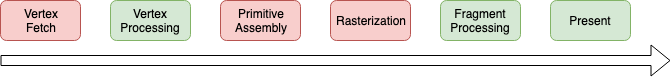
Before: assets/images/2019/04/metal-1.png, a diagram exported from draw.io (xta0/xta0.me). Source tidied: cells renumbered, new cells last; positions are measured from the earlier drawing's top-left corner, leaving out a move shared by most shapes.
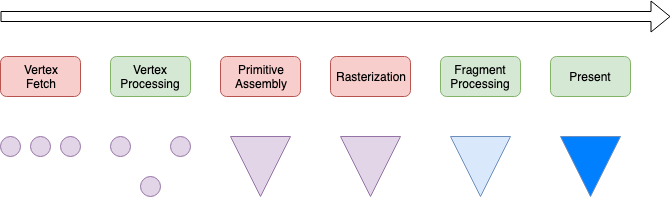
Above is the later version.

Diff of the diagram source:
```diff
@@ -4,8 +4,8 @@
     <mxCell id="1" parent="0" />
     <mxCell id="2" style="shape=flexArrow;endArrow=classic;html=1;" parent="1" edge="1">
       <mxGeometry relative="1" as="geometry">
-        <mxPoint y="60" as="sourcePoint" />
-        <mxPoint x="670" y="60" as="targetPoint" />
+        <mxPoint y="-40" as="sourcePoint" />
+        <mxPoint x="670" y="-40" as="targetPoint" />
       </mxGeometry>
     </mxCell>
     <mxCell id="3" value="Vertex&lt;br&gt;Fetch" style="rounded=1;whiteSpace=wrap;html=1;fillColor=#f8cecc;strokeColor=#b85450;" parent="1" vertex="1">
@@ -26,5 +26,35 @@
     <mxCell id="8" value="Present" style="rounded=1;whiteSpace=wrap;html=1;fillColor=#d5e8d4;strokeColor=#82b366;" parent="1" vertex="1">
       <mxGeometry x="550" width="80" height="40" as="geometry" />
     </mxCell>
+    <mxCell id="9" style="ellipse;whiteSpace=wrap;html=1;fillColor=#e1d5e7;strokeColor=#9673a6;" parent="1" vertex="1">
+      <mxGeometry y="80" width="20" height="20" as="geometry" />
+    </mxCell>
+    <mxCell id="10" style="ellipse;whiteSpace=wrap;html=1;fillColor=#e1d5e7;strokeColor=#9673a6;" parent="1" vertex="1">
+      <mxGeometry x="30" y="80" width="20" height="20" as="geometry" />
+    </mxCell>
+    <mxCell id="11" style="ellipse;whiteSpace=wrap;html=1;fillColor=#e1d5e7;strokeColor=#9673a6;" parent="1" vertex="1">
+      <mxGeometry x="60" y="80" width="20" height="20" as="geometry" />
+    </mxCell>
+    <mxCell id="12" style="ellipse;whiteSpace=wrap;html=1;fillColor=#e1d5e7;strokeColor=#9673a6;" parent="1" vertex="1">
+      <mxGeometry x="110" y="80" width="20" height="20" as="geometry" />
+    </mxCell>
+    <mxCell id="13" style="ellipse;whiteSpace=wrap;html=1;fillColor=#e1d5e7;strokeColor=#9673a6;" parent="1" vertex="1">
+      <mxGeometry x="170" y="80" width="20" height="20" as="geometry" />
+    </mxCell>
+    <mxCell id="14" style="ellipse;whiteSpace=wrap;html=1;fillColor=#e1d5e7;strokeColor=#9673a6;" parent="1" vertex="1">
+      <mxGeometry x="140" y="120" width="20" height="20" as="geometry" />
+    </mxCell>
+    <mxCell id="15" style="triangle;whiteSpace=wrap;html=1;rotation=90;fillColor=#e1d5e7;strokeColor=#9673a6;" parent="1" vertex="1">
+      <mxGeometry x="230" y="80" width="60" height="60" as="geometry" />
+    </mxCell>
+    <mxCell id="16" style="triangle;whiteSpace=wrap;html=1;rotation=90;fillColor=#e1d5e7;strokeColor=#9673a6;" parent="1" vertex="1">
+      <mxGeometry x="340" y="80" width="60" height="60" as="geometry" />
+    </mxCell>
+    <mxCell id="17" style="triangle;whiteSpace=wrap;html=1;rotation=90;fillColor=#dae8fc;strokeColor=#6c8ebf;" parent="1" vertex="1">
+      <mxGeometry x="450" y="80" width="60" height="60" as="geometry" />
+    </mxCell>
+    <mxCell id="18" style="triangle;whiteSpace=wrap;html=1;rotation=90;fillColor=#007FFF;strokeColor=#6c8ebf;" parent="1" vertex="1">
+      <mxGeometry x="560" y="80" width="60" height="60" as="geometry" />
+    </mxCell>
   </root>
 </mxGraphModel>
```
